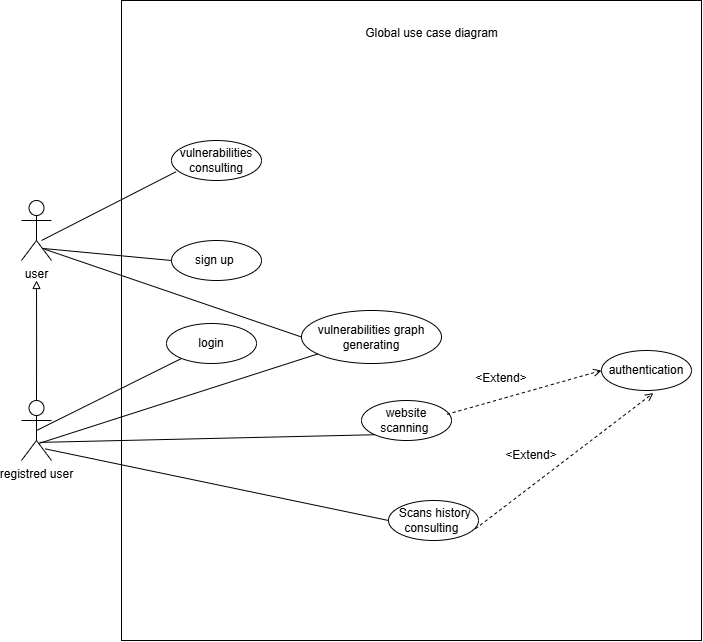
guizanimohamed23/report keeps this draw.io diagram as uploads/diagrams/use case general .drawio.png. Above is the earlier version. Source tidied: cells renumbered, new cells last; positions are measured from the earlier drawing's top-left corner, leaving out a move shared by most shapes. Source of this version:
```xml
<mxGraphModel>
  <root>
    <mxCell id="0" />
    <mxCell id="1" parent="0" />
    <mxCell id="2" style="group;" parent="1" vertex="1">
      <mxGeometry width="680" height="640" as="geometry" />
    </mxCell>
    <mxCell id="3" value="user" style="shape=umlActor;verticalLabelPosition=bottom;verticalAlign=top;html=1;" parent="2" vertex="1">
      <mxGeometry y="200" width="30" height="60" as="geometry" />
    </mxCell>
    <mxCell id="4" value="registred user" style="shape=umlActor;verticalLabelPosition=bottom;verticalAlign=top;html=1;" parent="2" vertex="1">
      <mxGeometry y="400" width="30" height="60" as="geometry" />
    </mxCell>
    <mxCell id="5" style="endArrow=block;endFill=0;html=1;edgeStyle=orthogonalEdgeStyle;align=left;verticalAlign=top;rounded=0;exitX=0.5;exitY=0;exitDx=0;exitDy=0;exitPerimeter=0;" parent="2" edge="1" source="4">
      <mxGeometry x="-1" relative="1" as="geometry">
        <mxPoint x="15" y="280" as="targetPoint" />
      </mxGeometry>
    </mxCell>
    <mxCell id="6" value="&amp;nbsp; &amp;nbsp; " style="rounded=0;whiteSpace=wrap;html=1;" parent="2" vertex="1">
      <mxGeometry x="100" width="580" height="640" as="geometry" />
    </mxCell>
    <mxCell id="7" value="vulnerabilities consulting" style="ellipse;whiteSpace=wrap;html=1;" parent="2" vertex="1">
      <mxGeometry x="150" y="140" width="90" height="40" as="geometry" />
    </mxCell>
    <mxCell id="8" value="sign up&amp;nbsp;" style="ellipse;whiteSpace=wrap;html=1;" parent="2" vertex="1">
      <mxGeometry x="150" y="240" width="90" height="40" as="geometry" />
    </mxCell>
    <mxCell id="9" value="vulnerabilities graph generating" style="ellipse;whiteSpace=wrap;html=1;" parent="2" vertex="1">
      <mxGeometry x="280" y="310" width="140" height="53" as="geometry" />
    </mxCell>
    <mxCell id="10" style="endArrow=none;html=1;rounded=0;exitX=0.667;exitY=0.667;exitDx=0;exitDy=0;exitPerimeter=0;entryX=0.05;entryY=0.782;entryDx=0;entryDy=0;entryPerimeter=0;" parent="2" edge="1" source="3" target="7">
      <mxGeometry relative="1" as="geometry" />
    </mxCell>
    <mxCell id="11" style="endArrow=none;html=1;rounded=0;exitX=0.688;exitY=0.798;exitDx=0;exitDy=0;exitPerimeter=0;entryX=0;entryY=0.5;entryDx=0;entryDy=0;" parent="2" edge="1" source="3" target="8">
      <mxGeometry relative="1" as="geometry" />
    </mxCell>
    <mxCell id="12" style="endArrow=none;html=1;rounded=0;exitX=0.772;exitY=0.812;exitDx=0;exitDy=0;exitPerimeter=0;entryX=0;entryY=0.5;entryDx=0;entryDy=0;" parent="2" edge="1" source="3" target="9">
      <mxGeometry relative="1" as="geometry" />
    </mxCell>
    <mxCell id="13" value="website scanning&amp;nbsp;" style="ellipse;whiteSpace=wrap;html=1;" parent="2" vertex="1">
      <mxGeometry x="340" y="400" width="90" height="40" as="geometry" />
    </mxCell>
    <mxCell id="14" style="endArrow=none;html=1;rounded=0;exitX=0.61;exitY=0.698;exitDx=0;exitDy=0;exitPerimeter=0;entryX=0;entryY=1;entryDx=0;entryDy=0;" parent="2" edge="1" source="4" target="13">
      <mxGeometry relative="1" as="geometry" />
    </mxCell>
    <mxCell id="15" style="endArrow=none;html=1;rounded=0;exitX=0.571;exitY=0.717;exitDx=0;exitDy=0;exitPerimeter=0;" parent="2" edge="1" source="4" target="9">
      <mxGeometry relative="1" as="geometry" />
    </mxCell>
    <mxCell id="16" value="&amp;nbsp;Scans history consulting&amp;nbsp;" style="ellipse;whiteSpace=wrap;html=1;" parent="2" vertex="1">
      <mxGeometry x="367" y="500" width="90" height="40" as="geometry" />
    </mxCell>
    <mxCell id="17" value="authentication" style="ellipse;whiteSpace=wrap;html=1;" parent="2" vertex="1">
      <mxGeometry x="580" y="350" width="90" height="40" as="geometry" />
    </mxCell>
    <mxCell id="18" style="endArrow=open;html=1;rounded=0;exitX=0.949;exitY=0.346;exitDx=0;exitDy=0;exitPerimeter=0;entryX=0;entryY=0.5;entryDx=0;entryDy=0;dashed=1;endFill=0;" parent="2" edge="1" source="13" target="17">
      <mxGeometry relative="1" as="geometry" />
    </mxCell>
    <mxCell id="19" style="endArrow=open;html=1;rounded=0;exitX=0.966;exitY=0.708;exitDx=0;exitDy=0;exitPerimeter=0;entryX=0.576;entryY=1.063;entryDx=0;entryDy=0;entryPerimeter=0;dashed=1;endFill=0;" parent="2" edge="1" source="16" target="17">
      <mxGeometry relative="1" as="geometry" />
    </mxCell>
    <mxCell id="20" style="endArrow=none;html=1;rounded=0;exitX=0.788;exitY=0.806;exitDx=0;exitDy=0;exitPerimeter=0;entryX=0;entryY=0.5;entryDx=0;entryDy=0;" parent="2" edge="1" source="4" target="16">
      <mxGeometry relative="1" as="geometry" />
    </mxCell>
    <mxCell id="21" value="Global use case diagram&lt;div&gt;&lt;br&gt;&lt;/div&gt;" style="text;html=1;align=center;verticalAlign=middle;strokeColor=none;fillColor=none;" parent="2" vertex="1">
      <mxGeometry x="330" y="20" width="160" height="40" as="geometry" />
    </mxCell>
    <mxCell id="22" value="login" style="ellipse;whiteSpace=wrap;html=1;" parent="2" vertex="1">
      <mxGeometry x="145" y="323" width="90" height="40" as="geometry" />
    </mxCell>
    <mxCell id="23" style="endArrow=none;html=1;exitX=0.5;exitY=0.5;exitDx=0;exitDy=0;exitPerimeter=0;" parent="2" edge="1" source="4" target="22">
      <mxGeometry relative="1" as="geometry" />
    </mxCell>
    <mxCell id="24" value="&amp;lt;Extend&amp;gt;" style="text;html=1;align=center;verticalAlign=middle;whiteSpace=wrap;rounded=0;" parent="2" vertex="1">
      <mxGeometry x="450" y="363" width="60" height="30" as="geometry" />
    </mxCell>
    <mxCell id="25" value="&amp;lt;Extend&amp;gt;" style="text;html=1;align=center;verticalAlign=middle;whiteSpace=wrap;rounded=0;" parent="2" vertex="1">
      <mxGeometry x="480" y="440" width="60" height="30" as="geometry" />
    </mxCell>
  </root>
</mxGraphModel>
```
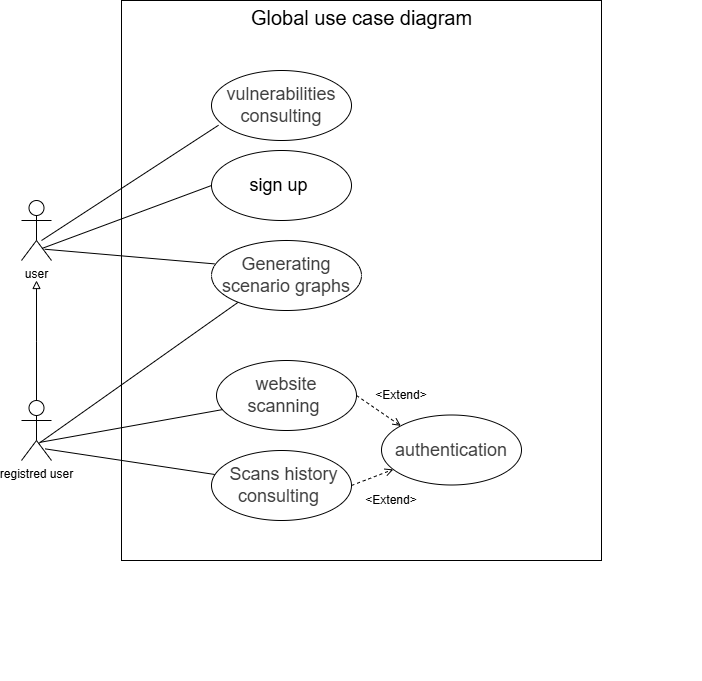
After the change.

Change to the diagram source:
```diff
@@ -3,7 +3,7 @@
     <mxCell id="0" />
     <mxCell id="1" parent="0" />
     <mxCell id="2" style="group;" parent="1" vertex="1">
-      <mxGeometry width="680" height="640" as="geometry" />
+      <mxGeometry width="680" height="680" as="geometry" />
     </mxCell>
     <mxCell id="3" value="user" style="shape=umlActor;verticalLabelPosition=bottom;verticalAlign=top;html=1;" parent="2" vertex="1">
       <mxGeometry y="200" width="30" height="60" as="geometry" />
@@ -17,64 +17,64 @@
       </mxGeometry>
     </mxCell>
     <mxCell id="6" value="&amp;nbsp; &amp;nbsp; " style="rounded=0;whiteSpace=wrap;html=1;" parent="2" vertex="1">
-      <mxGeometry x="100" width="580" height="640" as="geometry" />
+      <mxGeometry x="100" width="480" height="560" as="geometry" />
     </mxCell>
-    <mxCell id="7" value="vulnerabilities consulting" style="ellipse;whiteSpace=wrap;html=1;" parent="2" vertex="1">
-      <mxGeometry x="150" y="140" width="90" height="40" as="geometry" />
-    </mxCell>
-    <mxCell id="8" value="sign up&amp;nbsp;" style="ellipse;whiteSpace=wrap;html=1;" parent="2" vertex="1">
-      <mxGeometry x="150" y="240" width="90" height="40" as="geometry" />
+    <mxCell id="8" value="&lt;font style=&quot;font-size: 18px;&quot;&gt;sign up&amp;nbsp;&lt;/font&gt;" style="ellipse;whiteSpace=wrap;html=1;" parent="2" vertex="1">
+      <mxGeometry x="190" y="150" width="140" height="70" as="geometry" />
     </mxCell>
-    <mxCell id="9" value="vulnerabilities graph generating" style="ellipse;whiteSpace=wrap;html=1;" parent="2" vertex="1">
-      <mxGeometry x="280" y="310" width="140" height="53" as="geometry" />
-    </mxCell>
-    <mxCell id="10" style="endArrow=none;html=1;rounded=0;exitX=0.667;exitY=0.667;exitDx=0;exitDy=0;exitPerimeter=0;entryX=0.05;entryY=0.782;entryDx=0;entryDy=0;entryPerimeter=0;" parent="2" edge="1" source="3" target="7">
-      <mxGeometry relative="1" as="geometry" />
+    <mxCell id="10" style="endArrow=none;html=1;rounded=0;exitX=0.667;exitY=0.667;exitDx=0;exitDy=0;exitPerimeter=0;entryX=0.05;entryY=0.782;entryDx=0;entryDy=0;entryPerimeter=0;" parent="2" edge="1" source="3">
+      <mxGeometry relative="1" as="geometry">
+        <mxPoint x="197" y="124.7" as="targetPoint" />
+      </mxGeometry>
     </mxCell>
     <mxCell id="11" style="endArrow=none;html=1;rounded=0;exitX=0.688;exitY=0.798;exitDx=0;exitDy=0;exitPerimeter=0;entryX=0;entryY=0.5;entryDx=0;entryDy=0;" parent="2" edge="1" source="3" target="8">
       <mxGeometry relative="1" as="geometry" />
     </mxCell>
-    <mxCell id="12" style="endArrow=none;html=1;rounded=0;exitX=0.772;exitY=0.812;exitDx=0;exitDy=0;exitPerimeter=0;entryX=0;entryY=0.5;entryDx=0;entryDy=0;" parent="2" edge="1" source="3" target="9">
+    <mxCell id="12" style="endArrow=none;html=1;rounded=0;exitX=0.772;exitY=0.812;exitDx=0;exitDy=0;exitPerimeter=0;entryX=0.02;entryY=0.334;entryDx=0;entryDy=0;entryPerimeter=0;" parent="2" edge="1" source="3" target="26">
       <mxGeometry relative="1" as="geometry" />
     </mxCell>
-    <mxCell id="13" value="website scanning&amp;nbsp;" style="ellipse;whiteSpace=wrap;html=1;" parent="2" vertex="1">
-      <mxGeometry x="340" y="400" width="90" height="40" as="geometry" />
-    </mxCell>
-    <mxCell id="14" style="endArrow=none;html=1;rounded=0;exitX=0.61;exitY=0.698;exitDx=0;exitDy=0;exitPerimeter=0;entryX=0;entryY=1;entryDx=0;entryDy=0;" parent="2" edge="1" source="4" target="13">
-      <mxGeometry relative="1" as="geometry" />
+    <mxCell id="14" style="endArrow=none;html=1;rounded=0;exitX=0.61;exitY=0.698;exitDx=0;exitDy=0;exitPerimeter=0;entryX=0;entryY=1;entryDx=0;entryDy=0;" parent="2" edge="1" source="4">
+      <mxGeometry relative="1" as="geometry">
+        <mxPoint x="227" y="404.4" as="targetPoint" />
+      </mxGeometry>
     </mxCell>
-    <mxCell id="15" style="endArrow=none;html=1;rounded=0;exitX=0.571;exitY=0.717;exitDx=0;exitDy=0;exitPerimeter=0;" parent="2" edge="1" source="4" target="9">
+    <mxCell id="15" style="endArrow=none;html=1;rounded=0;exitX=0.571;exitY=0.717;exitDx=0;exitDy=0;exitPerimeter=0;entryX=0.186;entryY=0.87;entryDx=0;entryDy=0;entryPerimeter=0;" parent="2" edge="1" source="4" target="26">
       <mxGeometry relative="1" as="geometry" />
     </mxCell>
-    <mxCell id="16" value="&amp;nbsp;Scans history consulting&amp;nbsp;" style="ellipse;whiteSpace=wrap;html=1;" parent="2" vertex="1">
-      <mxGeometry x="367" y="500" width="90" height="40" as="geometry" />
-    </mxCell>
-    <mxCell id="17" value="authentication" style="ellipse;whiteSpace=wrap;html=1;" parent="2" vertex="1">
-      <mxGeometry x="580" y="350" width="90" height="40" as="geometry" />
-    </mxCell>
-    <mxCell id="18" style="endArrow=open;html=1;rounded=0;exitX=0.949;exitY=0.346;exitDx=0;exitDy=0;exitPerimeter=0;entryX=0;entryY=0.5;entryDx=0;entryDy=0;dashed=1;endFill=0;" parent="2" edge="1" source="13" target="17">
+    <mxCell id="18" style="endArrow=open;html=1;rounded=0;exitX=1;exitY=0.5;exitDx=0;exitDy=0;dashed=1;endFill=0;entryX=0;entryY=0;entryDx=0;entryDy=0;" parent="2" edge="1" source="13" target="17">
       <mxGeometry relative="1" as="geometry" />
     </mxCell>
-    <mxCell id="19" style="endArrow=open;html=1;rounded=0;exitX=0.966;exitY=0.708;exitDx=0;exitDy=0;exitPerimeter=0;entryX=0.576;entryY=1.063;entryDx=0;entryDy=0;entryPerimeter=0;dashed=1;endFill=0;" parent="2" edge="1" source="16" target="17">
+    <mxCell id="19" style="endArrow=open;html=1;rounded=0;exitX=1;exitY=0.5;exitDx=0;exitDy=0;dashed=1;endFill=0;" parent="2" edge="1" source="16" target="17">
       <mxGeometry relative="1" as="geometry" />
     </mxCell>
-    <mxCell id="20" style="endArrow=none;html=1;rounded=0;exitX=0.788;exitY=0.806;exitDx=0;exitDy=0;exitPerimeter=0;entryX=0;entryY=0.5;entryDx=0;entryDy=0;" parent="2" edge="1" source="4" target="16">
-      <mxGeometry relative="1" as="geometry" />
+    <mxCell id="20" style="endArrow=none;html=1;rounded=0;exitX=0.788;exitY=0.806;exitDx=0;exitDy=0;exitPerimeter=0;entryX=0;entryY=0.5;entryDx=0;entryDy=0;" parent="2" edge="1" source="4">
+      <mxGeometry relative="1" as="geometry">
+        <mxPoint x="200" y="475" as="targetPoint" />
+      </mxGeometry>
     </mxCell>
-    <mxCell id="21" value="Global use case diagram&lt;div&gt;&lt;br&gt;&lt;/div&gt;" style="text;html=1;align=center;verticalAlign=middle;strokeColor=none;fillColor=none;" parent="2" vertex="1">
-      <mxGeometry x="330" y="20" width="160" height="40" as="geometry" />
+    <mxCell id="21" value="&lt;font style=&quot;font-size: 20px;&quot;&gt;Global use case diagram&lt;/font&gt;&lt;div&gt;&lt;br&gt;&lt;/div&gt;" style="text;html=1;align=center;verticalAlign=middle;strokeColor=none;fillColor=none;" parent="2" vertex="1">
+      <mxGeometry x="220" width="240" height="50" as="geometry" />
     </mxCell>
-    <mxCell id="22" value="login" style="ellipse;whiteSpace=wrap;html=1;" parent="2" vertex="1">
-      <mxGeometry x="145" y="323" width="90" height="40" as="geometry" />
-    </mxCell>
-    <mxCell id="23" style="endArrow=none;html=1;exitX=0.5;exitY=0.5;exitDx=0;exitDy=0;exitPerimeter=0;" parent="2" edge="1" source="4" target="22">
-      <mxGeometry relative="1" as="geometry" />
-    </mxCell>
     <mxCell id="24" value="&amp;lt;Extend&amp;gt;" style="text;html=1;align=center;verticalAlign=middle;whiteSpace=wrap;rounded=0;" parent="2" vertex="1">
-      <mxGeometry x="450" y="363" width="60" height="30" as="geometry" />
+      <mxGeometry x="350" y="380" width="60" height="30" as="geometry" />
     </mxCell>
     <mxCell id="25" value="&amp;lt;Extend&amp;gt;" style="text;html=1;align=center;verticalAlign=middle;whiteSpace=wrap;rounded=0;" parent="2" vertex="1">
-      <mxGeometry x="480" y="440" width="60" height="30" as="geometry" />
+      <mxGeometry x="340" y="484.5" width="60" height="30" as="geometry" />
     </mxCell>
+    <mxCell id="7" value="&lt;span style=&quot;color: rgb(63, 63, 63); font-size: 18px;&quot;&gt;vulnerabilities consulting&lt;/span&gt;" style="ellipse;whiteSpace=wrap;html=1;" parent="2" vertex="1">
+      <mxGeometry x="190" y="70" width="140" height="70" as="geometry" />
+    </mxCell>
+    <mxCell id="26" value="&lt;span style=&quot;color: rgb(63, 63, 63);&quot;&gt;&lt;font style=&quot;font-size: 18px;&quot;&gt;Generating scenario graphs&lt;/font&gt;&lt;/span&gt;" style="ellipse;whiteSpace=wrap;html=1;" parent="2" vertex="1">
+      <mxGeometry x="190" y="240" width="150" height="70" as="geometry" />
+    </mxCell>
+    <mxCell id="13" value="&lt;span style=&quot;color: rgb(63, 63, 63); font-size: 18px;&quot;&gt;website scanning&amp;nbsp;&lt;/span&gt;" style="ellipse;whiteSpace=wrap;html=1;" parent="2" vertex="1">
+      <mxGeometry x="195" y="360" width="140" height="70" as="geometry" />
+    </mxCell>
+    <mxCell id="17" value="&lt;span style=&quot;color: rgb(63, 63, 63); font-size: 18px;&quot;&gt;authentication&lt;/span&gt;" style="ellipse;whiteSpace=wrap;html=1;" parent="2" vertex="1">
+      <mxGeometry x="360" y="414.5" width="140" height="70" as="geometry" />
+    </mxCell>
+    <mxCell id="16" value="&lt;span style=&quot;color: rgb(63, 63, 63); font-size: 18px;&quot;&gt;&amp;nbsp;Scans history consulting&amp;nbsp;&lt;/span&gt;" style="ellipse;whiteSpace=wrap;html=1;" parent="2" vertex="1">
+      <mxGeometry x="190" y="450" width="140" height="70" as="geometry" />
+    </mxCell>
   </root>
 </mxGraphModel>
```
